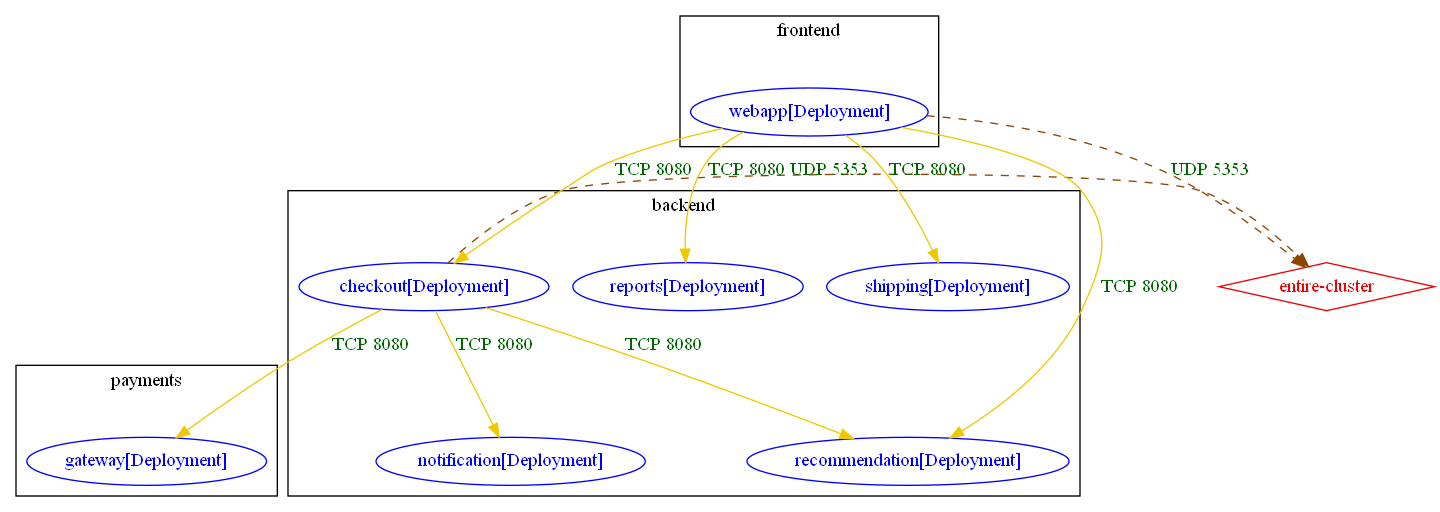
This is test_outputs/connlist/acs-security-demos_focus_workload_backend_checkout_frontend_webapp_egress_exposure_output.dot.png from np-guard/netpol-analyzer, a Graphviz export, as it was before one commit. Its source is kept beside it as test_outputs/connlist/acs-security-demos_focus_workload_backend_checkout_frontend_webapp_egress_exposure_output.dot.
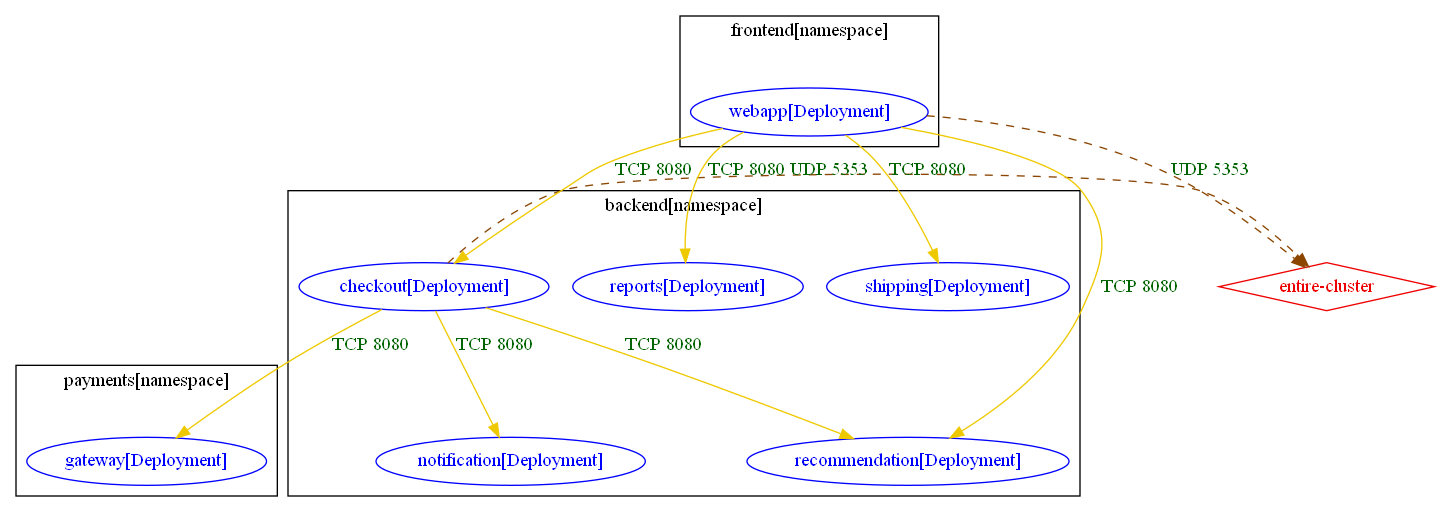
The same diagram one commit later.

The edit, as a diff of the source:
```diff
@@ -1,5 +1,5 @@
 digraph {
-	subgraph "cluster_backend" {
+	subgraph "cluster_backend[namespace]" {
 		color="black"
 		fontcolor="black"
 		"backend/checkout[Deployment]" [label="checkout[Deployment]" color="blue" fontcolor="blue"]
@@ -7,19 +7,19 @@
 		"backend/recommendation[Deployment]" [label="recommendation[Deployment]" color="blue" fontcolor="blue"]
 		"backend/reports[Deployment]" [label="reports[Deployment]" color="blue" fontcolor="blue"]
 		"backend/shipping[Deployment]" [label="shipping[Deployment]" color="blue" fontcolor="blue"]
-		label="backend"
+		label="backend[namespace]"
 	}
-	subgraph "cluster_frontend" {
+	subgraph "cluster_frontend[namespace]" {
 		color="black"
 		fontcolor="black"
 		"frontend/webapp[Deployment]" [label="webapp[Deployment]" color="blue" fontcolor="blue"]
-		label="frontend"
+		label="frontend[namespace]"
 	}
-	subgraph "cluster_payments" {
+	subgraph "cluster_payments[namespace]" {
 		color="black"
 		fontcolor="black"
 		"payments/gateway[Deployment]" [label="gateway[Deployment]" color="blue" fontcolor="blue"]
-		label="payments"
+		label="payments[namespace]"
 	}
 	"entire-cluster" [label="entire-cluster" color="red2" fontcolor="red2" shape=diamond]
 	"backend/checkout[Deployment]" -> "backend/notification[Deployment]" [label="TCP 8080" color="gold2" fontcolor="darkgreen" weight=0.5]
```
